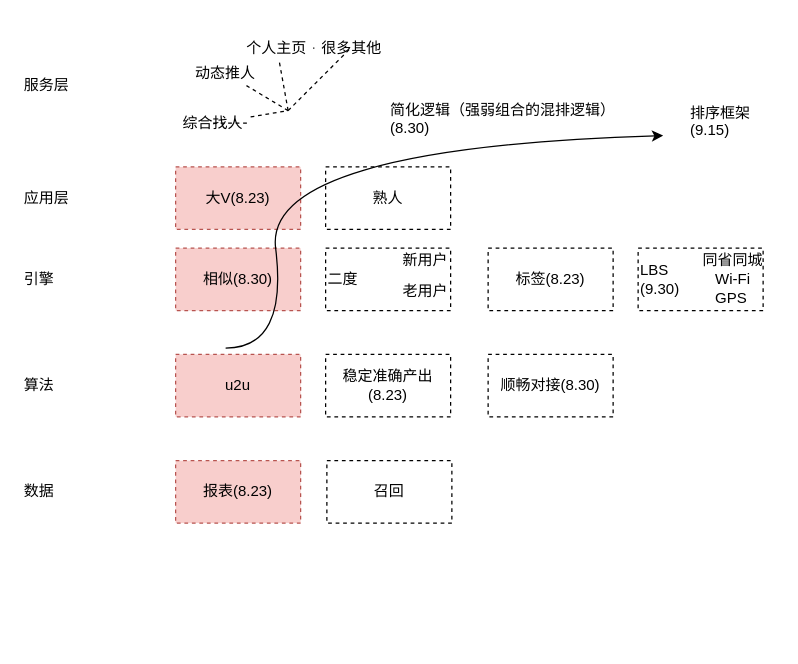
Before: Untitled Diagram.drawio in litaohz/misc, a draw.io diagram. Source tidied: cells renumbered, new cells numbered last; positions are measured from the earlier drawing's top-left corner, leaving out a move shared by most shapes. Both pictures are drawn from the tidied source at 125%, with x=0, y=0 at pixel (20, 35).
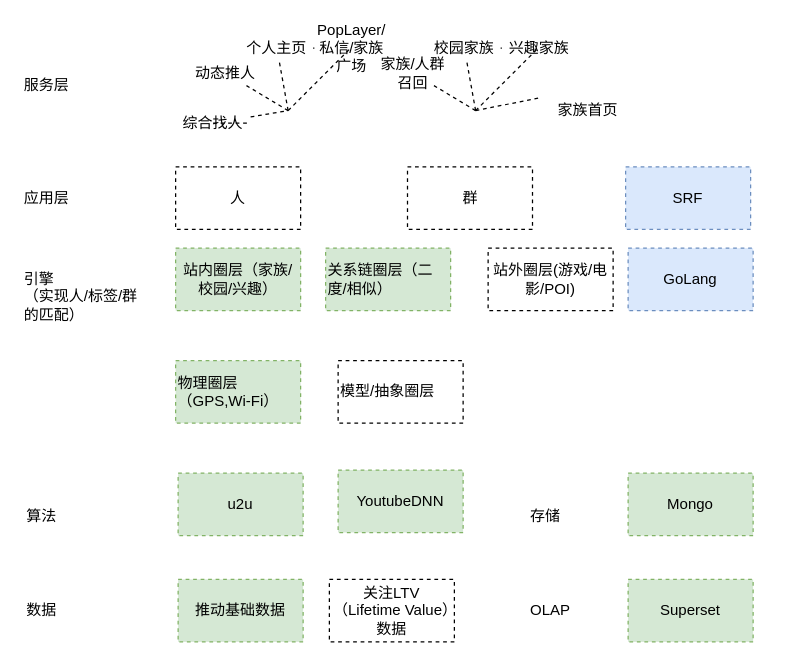
The same diagram, later.

Commit message:
2nd draft archtect

Unchanged cells that the change refers to:
```xml
<mxCell id="12" style="group;" parent="1" vertex="1">
  <mxGeometry x="124" width="171" height="80" as="geometry" />
</mxCell>
```

Change to the diagram source:
```diff
@@
-    <mxCell id="2" value="熟人" style="rounded=0;whiteSpace=wrap;html=1;dashed=1;" parent="1" vertex="1">
-      <mxGeometry x="244" y="105" width="100" height="50" as="geometry" />
+    <mxCell id="2" value="群" style="rounded=0;whiteSpace=wrap;html=1;dashed=1;" parent="1" vertex="1">
+      <mxGeometry x="309.5" y="105" width="100" height="50" as="geometry" />
     </mxCell>
-    <mxCell id="3" value="大V(8.23)" style="rounded=0;whiteSpace=wrap;html=1;dashed=1;fillColor=#f8cecc;strokeColor=#b85450;" parent="1" vertex="1">
+    <mxCell id="3" value="人" style="rounded=0;whiteSpace=wrap;html=1;dashed=1;" parent="1" vertex="1">
       <mxGeometry x="124" y="105" width="100" height="50" as="geometry" />
     </mxCell>
-    <mxCell id="4" value="相似(8.30)" style="rounded=0;whiteSpace=wrap;html=1;dashed=1;fillColor=#f8cecc;strokeColor=#b85450;" parent="1" vertex="1">
+    <mxCell id="4" value="站内圈层（家族/校园/兴趣）" style="rounded=0;whiteSpace=wrap;html=1;dashed=1;fillColor=#d5e8d4;strokeColor=#82b366;" parent="1" vertex="1">
       <mxGeometry x="124" y="170" width="100" height="50" as="geometry" />
     </mxCell>
-    <mxCell id="5" value="标签(8.23)" style="rounded=0;whiteSpace=wrap;html=1;dashed=1;" parent="1" vertex="1">
+    <mxCell id="5" value="站外圈层(游戏/电影/POI)" style="rounded=0;whiteSpace=wrap;html=1;dashed=1;" parent="1" vertex="1">
       <mxGeometry x="374" y="170" width="100" height="50" as="geometry" />
     </mxCell>
-    <mxCell id="6" value="LBS&lt;br&gt;(9.30)" style="rounded=0;whiteSpace=wrap;html=1;dashed=1;align=left;" parent="1" vertex="1">
-      <mxGeometry x="494" y="170" width="100" height="50" as="geometry" />
+    <mxCell id="6" value="物理圈层（GPS,Wi-Fi）" style="rounded=0;whiteSpace=wrap;html=1;dashed=1;align=left;fillColor=#d5e8d4;strokeColor=#82b366;" parent="1" vertex="1">
+      <mxGeometry x="124" y="260" width="100" height="50" as="geometry" />
     </mxCell>
-    <mxCell id="7" value="二度" style="rounded=0;whiteSpace=wrap;html=1;dashed=1;labelPosition=center;verticalLabelPosition=middle;align=left;verticalAlign=middle;" parent="1" vertex="1">
+    <mxCell id="7" value="关系链圈层（二度/相似）" style="rounded=0;whiteSpace=wrap;html=1;dashed=1;labelPosition=center;verticalLabelPosition=middle;align=left;verticalAlign=middle;fillColor=#d5e8d4;strokeColor=#82b366;" parent="1" vertex="1">
       <mxGeometry x="244" y="170" width="100" height="50" as="geometry" />
     </mxCell>
-    <mxCell id="8" value="算法" style="text;html=1;align=left;verticalAlign=top;spacingTop=-4;" parent="1" vertex="1">
-      <mxGeometry x="0.5" y="270" width="40" height="20" as="geometry" />
+    <mxCell id="8" value="存储" style="text;html=1;align=left;verticalAlign=top;spacingTop=-4;" parent="1" vertex="1">
+      <mxGeometry x="406" y="375" width="40" height="20" as="geometry" />
     </mxCell>
@@
-    <mxCell id="11" value="引擎" style="text;html=1;align=left;verticalAlign=top;spacingTop=-4;" parent="1" vertex="1">
-      <mxGeometry x="0.5" y="185" width="40" height="20" as="geometry" />
+    <mxCell id="11" value="引擎&lt;br&gt;（实现人/标签/群&lt;br&gt;的匹配）" style="text;html=1;align=left;verticalAlign=top;spacingTop=-4;" parent="1" vertex="1">
+      <mxGeometry x="0.5" y="185" width="110" height="40" as="geometry" />
     </mxCell>
@@
-    <mxCell id="17" value="很多其他" style="text;html=1;strokeColor=none;fillColor=none;align=center;verticalAlign=middle;whiteSpace=wrap;rounded=0;" parent="12" vertex="1">
+    <mxCell id="17" value="PopLayer/私信/家族广场" style="text;html=1;strokeColor=none;fillColor=none;align=center;verticalAlign=middle;whiteSpace=wrap;rounded=0;" parent="12" vertex="1">
       <mxGeometry x="111" width="60" height="20" as="geometry" />
     </mxCell>
@@
-    <mxCell id="24" value="u2u" style="rounded=0;whiteSpace=wrap;html=1;dashed=1;fillColor=#f8cecc;strokeColor=#b85450;" parent="1" vertex="1">
-      <mxGeometry x="124" y="255" width="100" height="50" as="geometry" />
+    <mxCell id="24" value="u2u" style="rounded=0;whiteSpace=wrap;html=1;dashed=1;fillColor=#d5e8d4;strokeColor=#82b366;" parent="1" vertex="1">
+      <mxGeometry x="126" y="350" width="100" height="50" as="geometry" />
     </mxCell>
-    <mxCell id="25" value="简化逻辑（强弱组合的混排逻辑）&lt;br&gt;&lt;span style=&quot;text-align: center ; white-space: normal&quot;&gt;(8.30)&lt;/span&gt;" style="text;html=1;align=left;verticalAlign=top;spacingTop=-4;" parent="1" vertex="1">
-      <mxGeometry x="294" y="50" width="200" height="30" as="geometry" />
-    </mxCell>
-    <mxCell id="26" value="排序框架&lt;br&gt;&lt;span style=&quot;text-align: center ; white-space: normal&quot;&gt;(9.15)&lt;/span&gt;" style="text;html=1;align=left;verticalAlign=top;spacingTop=-4;" parent="1" vertex="1">
-      <mxGeometry x="534" y="52" width="60" height="30" as="geometry" />
-    </mxCell>
-    <mxCell id="27" style="curved=1;endArrow=classic;html=1;" parent="1" edge="1">
-      <mxGeometry relative="1" as="geometry">
-        <mxPoint x="164" y="250" as="sourcePoint" />
-        <mxPoint x="514" y="80" as="targetPoint" />
-        <Array as="points">
-          <mxPoint x="214" y="250" />
-          <mxPoint x="194" y="90" />
-        </Array>
-      </mxGeometry>
-    </mxCell>
     <mxCell id="28" value="数据" style="text;html=1;align=left;verticalAlign=top;spacingTop=-4;" parent="1" vertex="1">
-      <mxGeometry x="0.5" y="355" width="40" height="20" as="geometry" />
+      <mxGeometry x="2.5" y="450" width="40" height="20" as="geometry" />
     </mxCell>
-    <mxCell id="29" value="报表(8.23)" style="rounded=0;whiteSpace=wrap;html=1;dashed=1;fillColor=#f8cecc;strokeColor=#b85450;" parent="1" vertex="1">
-      <mxGeometry x="124" y="340" width="100" height="50" as="geometry" />
+    <mxCell id="29" value="推动基础数据" style="rounded=0;whiteSpace=wrap;html=1;dashed=1;fillColor=#d5e8d4;strokeColor=#82b366;" parent="1" vertex="1">
+      <mxGeometry x="126" y="435" width="100" height="50" as="geometry" />
     </mxCell>
-    <mxCell id="30" value="召回" style="rounded=0;whiteSpace=wrap;html=1;dashed=1;" parent="1" vertex="1">
-      <mxGeometry x="245" y="340" width="100" height="50" as="geometry" />
-    </mxCell>
-    <mxCell id="31" value="稳定准确产出&lt;br&gt;(8.23)" style="rounded=0;whiteSpace=wrap;html=1;dashed=1;" parent="1" vertex="1">
-      <mxGeometry x="244" y="255" width="100" height="50" as="geometry" />
+    <mxCell id="31" value="YoutubeDNN" style="rounded=0;whiteSpace=wrap;html=1;dashed=1;fillColor=#d5e8d4;strokeColor=#82b366;" parent="1" vertex="1">
+      <mxGeometry x="254" y="347.5" width="100" height="50" as="geometry" />
     </mxCell>
-    <mxCell id="32" value="顺畅对接(8.30)" style="rounded=0;whiteSpace=wrap;html=1;dashed=1;" parent="1" vertex="1">
-      <mxGeometry x="374" y="255" width="100" height="50" as="geometry" />
-    </mxCell>
-    <mxCell id="33" value="新用户" style="text;html=1;align=left;verticalAlign=top;spacingTop=-4;" parent="1" vertex="1">
-      <mxGeometry x="304" y="170" width="50" height="20" as="geometry" />
-    </mxCell>
-    <mxCell id="34" value="老用户" style="text;html=1;align=left;verticalAlign=top;spacingTop=-4;" parent="1" vertex="1">
-      <mxGeometry x="304" y="195" width="50" height="20" as="geometry" />
-    </mxCell>
-    <mxCell id="35" value="同省同城" style="text;html=1;align=left;verticalAlign=top;spacingTop=-4;" parent="1" vertex="1">
-      <mxGeometry x="544" y="170" width="60" height="20" as="geometry" />
-    </mxCell>
-    <mxCell id="36" value="GPS" style="text;html=1;align=left;verticalAlign=top;spacingTop=-4;" parent="1" vertex="1">
-      <mxGeometry x="554" y="200" width="40" height="20" as="geometry" />
-    </mxCell>
-    <mxCell id="37" value="Wi-Fi" style="text;html=1;align=left;verticalAlign=top;spacingTop=-4;" parent="1" vertex="1">
-      <mxGeometry x="554" y="185" width="40" height="20" as="geometry" />
-    </mxCell>
+    <mxCell id="38" style="group;" parent="1" vertex="1">
+      <mxGeometry x="274" width="171" height="80" as="geometry" />
+    </mxCell>
+    <mxCell id="39" style="endArrow=none;dashed=1;html=1;" parent="38" edge="1" source="44">
+      <mxGeometry relative="1" as="geometry">
+        <mxPoint x="30" y="40" as="targetPoint" />
+      </mxGeometry>
+    </mxCell>
+    <mxCell id="40" style="endArrow=none;dashed=1;html=1;" parent="38" edge="1" source="46">
+      <mxGeometry relative="1" as="geometry">
+        <mxPoint x="110" y="10" as="targetPoint" />
+      </mxGeometry>
+    </mxCell>
+    <mxCell id="41" style="endArrow=none;dashed=1;html=1;" parent="38" edge="1">
+      <mxGeometry relative="1" as="geometry">
+        <mxPoint x="90" y="60" as="sourcePoint" />
+        <mxPoint x="140" y="10" as="targetPoint" />
+      </mxGeometry>
+    </mxCell>
+    <mxCell id="42" style="endArrow=none;dashed=1;html=1;" parent="38" edge="1">
+      <mxGeometry relative="1" as="geometry">
+        <mxPoint x="140" y="50" as="sourcePoint" />
+        <mxPoint x="90" y="60" as="targetPoint" />
+      </mxGeometry>
+    </mxCell>
+    <mxCell id="43" value="兴趣家族" style="text;html=1;strokeColor=none;fillColor=none;align=center;verticalAlign=middle;whiteSpace=wrap;rounded=0;" parent="38" vertex="1">
+      <mxGeometry x="111" width="60" height="20" as="geometry" />
+    </mxCell>
+    <mxCell id="44" value="家族/人群召回" style="text;html=1;strokeColor=none;fillColor=none;align=center;verticalAlign=middle;whiteSpace=wrap;rounded=0;" parent="38" vertex="1">
+      <mxGeometry x="10" y="20" width="60" height="20" as="geometry" />
+    </mxCell>
+    <mxCell id="45" style="endArrow=none;dashed=1;html=1;" parent="38" edge="1" target="44">
+      <mxGeometry relative="1" as="geometry">
+        <mxPoint x="90" y="60" as="sourcePoint" />
+      </mxGeometry>
+    </mxCell>
+    <mxCell id="46" value="校园家族" style="text;html=1;strokeColor=none;fillColor=none;align=center;verticalAlign=middle;whiteSpace=wrap;rounded=0;" parent="38" vertex="1">
+      <mxGeometry x="51" width="60" height="20" as="geometry" />
+    </mxCell>
+    <mxCell id="47" style="endArrow=none;dashed=1;html=1;" parent="38" edge="1" target="46">
+      <mxGeometry relative="1" as="geometry">
+        <mxPoint x="90" y="60" as="sourcePoint" />
+      </mxGeometry>
+    </mxCell>
+    <mxCell id="48" value="模型/抽象圈层" style="rounded=0;whiteSpace=wrap;html=1;dashed=1;align=left;" parent="1" vertex="1">
+      <mxGeometry x="254" y="260" width="100" height="50" as="geometry" />
+    </mxCell>
+    <mxCell id="49" value="家族首页" style="text;html=1;strokeColor=none;fillColor=none;align=center;verticalAlign=middle;whiteSpace=wrap;rounded=0;" parent="1" vertex="1">
+      <mxGeometry x="424" y="50" width="60" height="20" as="geometry" />
+    </mxCell>
+    <mxCell id="50" value="关注LTV（Lifetime Value）数据" style="rounded=0;whiteSpace=wrap;html=1;dashed=1;" parent="1" vertex="1">
+      <mxGeometry x="247" y="435" width="100" height="50" as="geometry" />
+    </mxCell>
+    <mxCell id="51" value="算法" style="text;html=1;align=left;verticalAlign=top;spacingTop=-4;" parent="1" vertex="1">
+      <mxGeometry x="2.5" y="375" width="40" height="20" as="geometry" />
+    </mxCell>
+    <mxCell id="52" value="Mongo" style="rounded=0;whiteSpace=wrap;html=1;dashed=1;fillColor=#d5e8d4;strokeColor=#82b366;" parent="1" vertex="1">
+      <mxGeometry x="486" y="350" width="100" height="50" as="geometry" />
+    </mxCell>
+    <mxCell id="53" value="OLAP" style="text;html=1;align=left;verticalAlign=top;spacingTop=-4;" parent="1" vertex="1">
+      <mxGeometry x="406" y="450" width="50" height="20" as="geometry" />
+    </mxCell>
+    <mxCell id="54" value="Superset" style="rounded=0;whiteSpace=wrap;html=1;dashed=1;fillColor=#d5e8d4;strokeColor=#82b366;" parent="1" vertex="1">
+      <mxGeometry x="486" y="435" width="100" height="50" as="geometry" />
+    </mxCell>
+    <mxCell id="55" value="SRF" style="rounded=0;whiteSpace=wrap;html=1;dashed=1;fillColor=#dae8fc;strokeColor=#6c8ebf;" parent="1" vertex="1">
+      <mxGeometry x="484" y="105" width="100" height="50" as="geometry" />
+    </mxCell>
+    <mxCell id="56" value="GoLang" style="rounded=0;whiteSpace=wrap;html=1;dashed=1;fillColor=#dae8fc;strokeColor=#6c8ebf;" parent="1" vertex="1">
+      <mxGeometry x="486" y="170" width="100" height="50" as="geometry" />
+    </mxCell>
```
